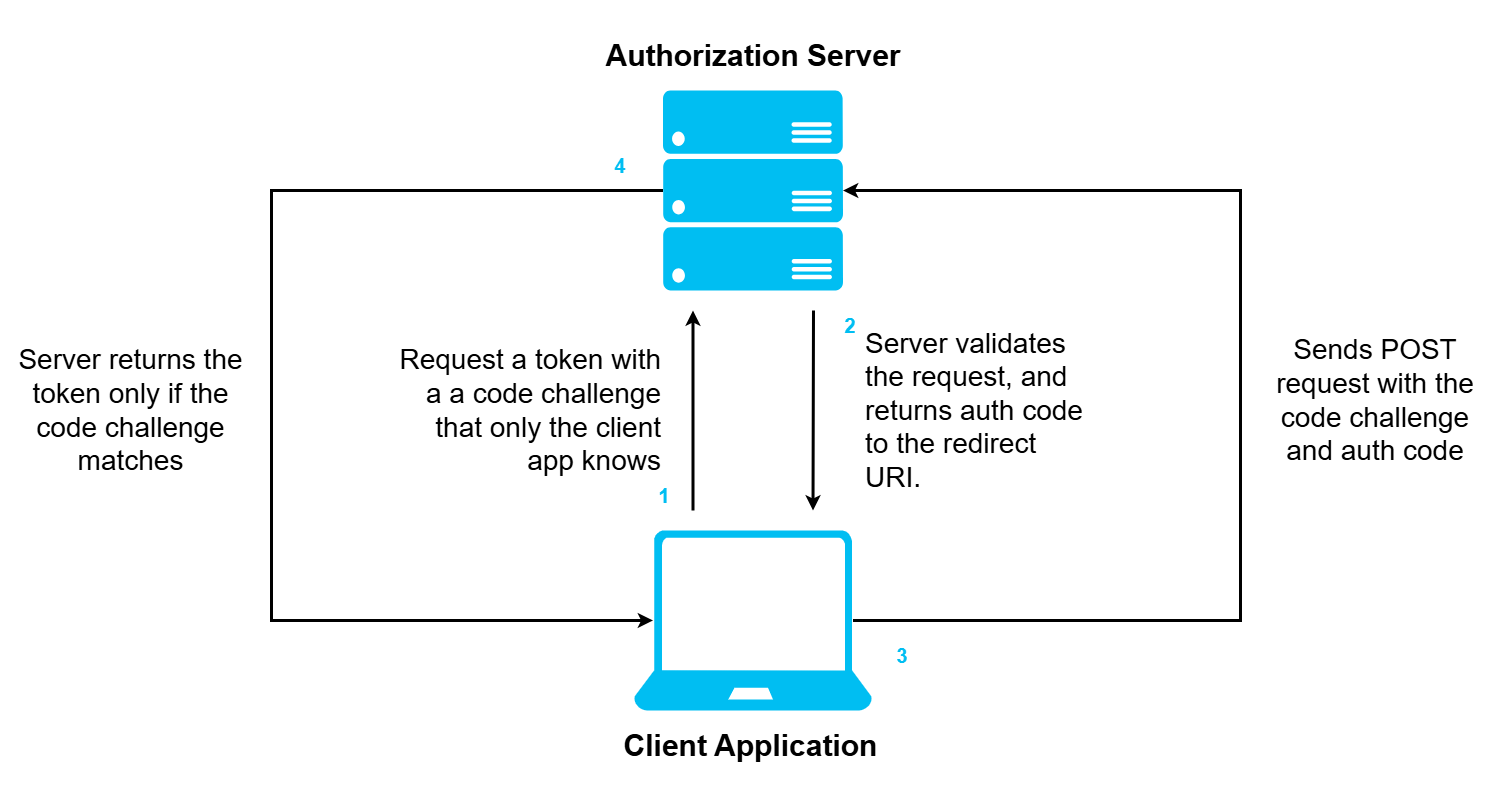
Earlier version of the draw.io export assets/08-implicit-vs-auth-code/02-authorization-code-flow.png (theresa-de-ocampo/azure-documentation). Source tidied: cells renumbered, new cells last; positions are measured from the earlier drawing's top-left corner, leaving out a move shared by most shapes. The source it was exported from:
```xml
<mxGraphModel>
  <root>
    <mxCell id="0" />
    <mxCell id="1" parent="0" />
    <mxCell id="2" style="verticalLabelPosition=bottom;html=1;verticalAlign=top;align=center;strokeColor=none;fillColor=#00BEF2;shape=mxgraph.azure.laptop;" parent="1" vertex="1">
      <mxGeometry x="623.5" y="490" width="238" height="180" as="geometry" />
    </mxCell>
    <mxCell id="3" style="verticalLabelPosition=bottom;html=1;verticalAlign=top;align=center;strokeColor=none;fillColor=#00BEF2;shape=mxgraph.azure.server_rack;" parent="1" vertex="1">
      <mxGeometry x="652.5" y="50" width="180" height="200" as="geometry" />
    </mxCell>
    <mxCell id="4" value="&lt;font style=&quot;font-size: 30px;&quot;&gt;Authorization Server&lt;/font&gt;" style="text;strokeColor=none;align=center;fillColor=none;html=1;verticalAlign=middle;whiteSpace=wrap;rounded=0;fontStyle=1;" parent="1" vertex="1">
      <mxGeometry x="517.5" width="450" height="30" as="geometry" />
    </mxCell>
    <mxCell id="5" value="&lt;font style=&quot;font-size: 30px;&quot;&gt;Client Application&lt;/font&gt;" style="text;html=1;align=center;verticalAlign=middle;whiteSpace=wrap;rounded=0;fontStyle=1;" parent="1" vertex="1">
      <mxGeometry x="573" y="690" width="335" height="30" as="geometry" />
    </mxCell>
    <mxCell id="6" style="endArrow=classic;html=1;rounded=0;strokeWidth=3;" parent="1" edge="1">
      <mxGeometry relative="1" as="geometry">
        <mxPoint x="682.5" y="470" as="sourcePoint" />
        <mxPoint x="682.5" y="270" as="targetPoint" />
      </mxGeometry>
    </mxCell>
    <mxCell id="7" style="endArrow=classic;html=1;rounded=0;strokeWidth=3;" parent="1" edge="1">
      <mxGeometry relative="1" as="geometry">
        <mxPoint x="803" y="270" as="sourcePoint" />
        <mxPoint x="802.5" y="470" as="targetPoint" />
      </mxGeometry>
    </mxCell>
    <mxCell id="8" value="&lt;font style=&quot;font-size: 28px;&quot;&gt;Request a token with a a code challenge that only the client app knows&lt;/font&gt;" style="text;html=1;align=right;verticalAlign=middle;whiteSpace=wrap;rounded=0;" parent="1" vertex="1">
      <mxGeometry x="381" y="317.5" width="271.5" height="105" as="geometry" />
    </mxCell>
    <mxCell id="9" value="&lt;font style=&quot;font-size: 28px;&quot;&gt;Server validates the request, and returns auth code to the redirect URI.&lt;/font&gt;" style="text;html=1;align=left;verticalAlign=middle;whiteSpace=wrap;rounded=0;" parent="1" vertex="1">
      <mxGeometry x="852.5" y="300" width="230" height="140" as="geometry" />
    </mxCell>
    <mxCell id="10" style="edgeStyle=orthogonalEdgeStyle;rounded=0;jettySize=auto;html=1;exitX=0.92;exitY=0.5;exitDx=0;exitDy=0;exitPerimeter=0;entryX=1;entryY=0.5;entryDx=0;entryDy=0;entryPerimeter=0;strokeWidth=3;" parent="1" edge="1" source="2" target="3">
      <mxGeometry relative="1" as="geometry">
        <Array as="points">
          <mxPoint x="1230" y="580" />
          <mxPoint x="1230" y="150" />
        </Array>
      </mxGeometry>
    </mxCell>
    <mxCell id="11" value="&lt;font style=&quot;font-size: 28px;&quot;&gt;Sends POST request with the code challenge and auth code&lt;/font&gt;" style="text;html=1;align=center;verticalAlign=middle;whiteSpace=wrap;rounded=0;" parent="1" vertex="1">
      <mxGeometry x="1250" y="290" width="230" height="140" as="geometry" />
    </mxCell>
    <mxCell id="12" style="edgeStyle=orthogonalEdgeStyle;rounded=0;jettySize=auto;html=1;exitX=0;exitY=0.5;exitDx=0;exitDy=0;exitPerimeter=0;entryX=0.08;entryY=0.5;entryDx=0;entryDy=0;entryPerimeter=0;strokeWidth=3;" parent="1" edge="1" source="3" target="2">
      <mxGeometry relative="1" as="geometry">
        <Array as="points">
          <mxPoint x="261" y="150" />
          <mxPoint x="261" y="580" />
        </Array>
      </mxGeometry>
    </mxCell>
    <mxCell id="13" value="&lt;font style=&quot;font-size: 28px;&quot;&gt;Server returns the token only if the code challenge matches&lt;/font&gt;" style="text;html=1;align=center;verticalAlign=middle;whiteSpace=wrap;rounded=0;" parent="1" vertex="1">
      <mxGeometry y="233.8" width="241" height="272.5" as="geometry" />
    </mxCell>
    <mxCell id="14" value="&lt;font style=&quot;font-size: 20px; color: light-dark(rgb(0, 190, 242), rgb(237, 237, 237));&quot;&gt;&lt;b&gt;1&lt;/b&gt;&lt;/font&gt;" style="text;html=1;align=center;verticalAlign=middle;whiteSpace=wrap;rounded=0;" parent="1" vertex="1">
      <mxGeometry x="623.5" y="440" width="60" height="30" as="geometry" />
    </mxCell>
    <mxCell id="15" value="&lt;font style=&quot;font-size: 20px; color: light-dark(rgb(0, 190, 242), rgb(237, 237, 237));&quot;&gt;&lt;b&gt;2&lt;/b&gt;&lt;/font&gt;" style="text;html=1;align=center;verticalAlign=middle;whiteSpace=wrap;rounded=0;" parent="1" vertex="1">
      <mxGeometry x="810" y="270" width="60" height="30" as="geometry" />
    </mxCell>
    <mxCell id="16" value="&lt;font style=&quot;font-size: 20px; color: light-dark(rgb(0, 190, 242), rgb(237, 237, 237));&quot;&gt;&lt;b&gt;3&lt;/b&gt;&lt;/font&gt;" style="text;html=1;align=center;verticalAlign=middle;whiteSpace=wrap;rounded=0;" parent="1" vertex="1">
      <mxGeometry x="861.5" y="600" width="60" height="30" as="geometry" />
    </mxCell>
    <mxCell id="17" value="&lt;font style=&quot;font-size: 20px; color: light-dark(rgb(0, 190, 242), rgb(237, 237, 237));&quot;&gt;&lt;b&gt;4&lt;/b&gt;&lt;/font&gt;" style="text;html=1;align=center;verticalAlign=middle;whiteSpace=wrap;rounded=0;" parent="1" vertex="1">
      <mxGeometry x="580" y="110" width="60" height="30" as="geometry" />
    </mxCell>
  </root>
</mxGraphModel>
```
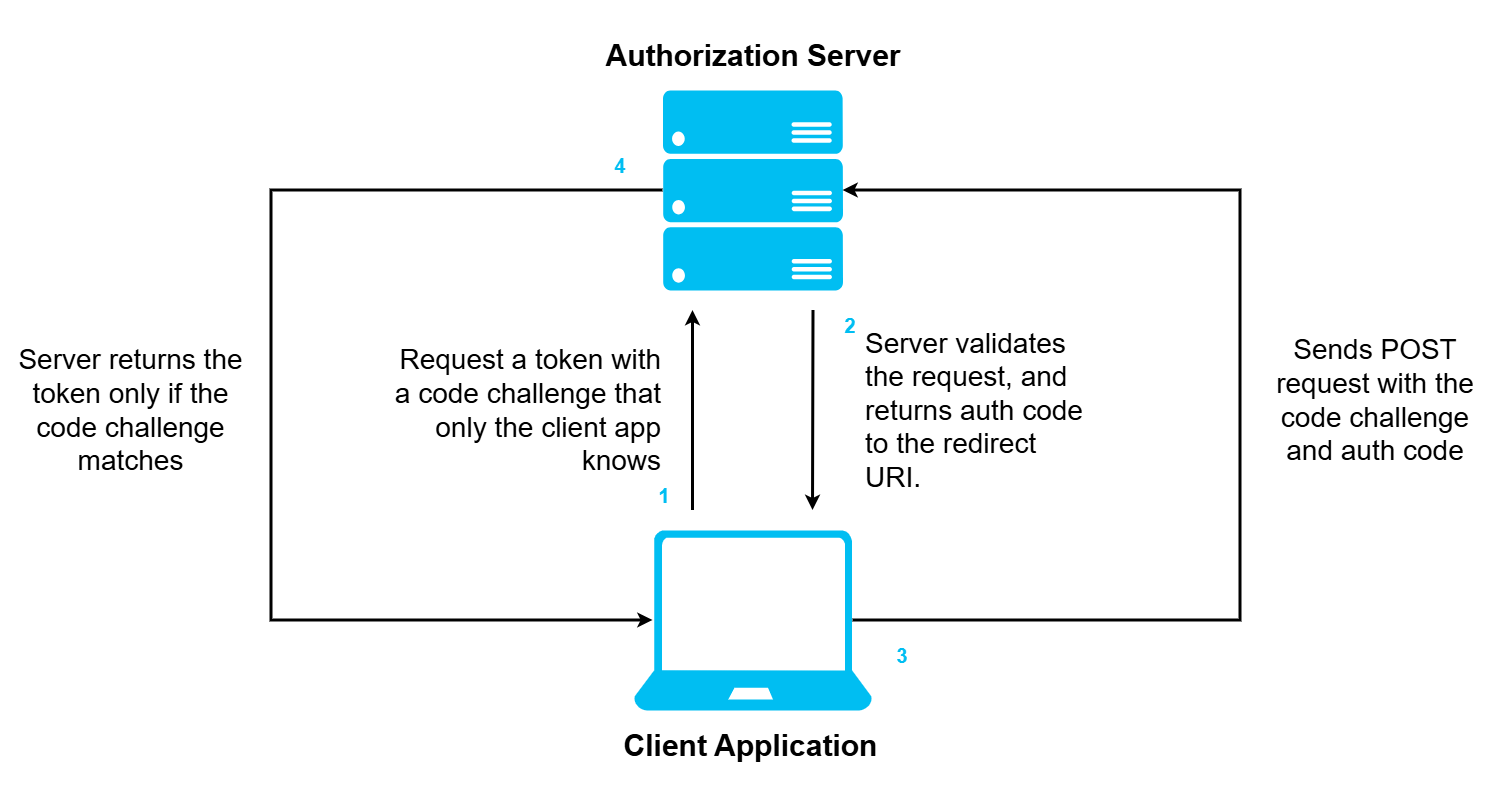
The same file after the commit.

Change to the diagram source:
```diff
@@ -26,7 +26,7 @@
         <mxPoint x="802.5" y="470" as="targetPoint" />
       </mxGeometry>
     </mxCell>
-    <mxCell id="8" value="&lt;font style=&quot;font-size: 28px;&quot;&gt;Request a token with a a code challenge that only the client app knows&lt;/font&gt;" style="text;html=1;align=right;verticalAlign=middle;whiteSpace=wrap;rounded=0;" parent="1" vertex="1">
+    <mxCell id="8" value="&lt;font style=&quot;font-size: 28px;&quot;&gt;Request a token with a code challenge that only the client app knows&lt;/font&gt;" style="text;html=1;align=right;verticalAlign=middle;whiteSpace=wrap;rounded=0;" parent="1" vertex="1">
       <mxGeometry x="381" y="317.5" width="271.5" height="105" as="geometry" />
     </mxCell>
     <mxCell id="9" value="&lt;font style=&quot;font-size: 28px;&quot;&gt;Server validates the request, and returns auth code to the redirect URI.&lt;/font&gt;" style="text;html=1;align=left;verticalAlign=middle;whiteSpace=wrap;rounded=0;" parent="1" vertex="1">
```
